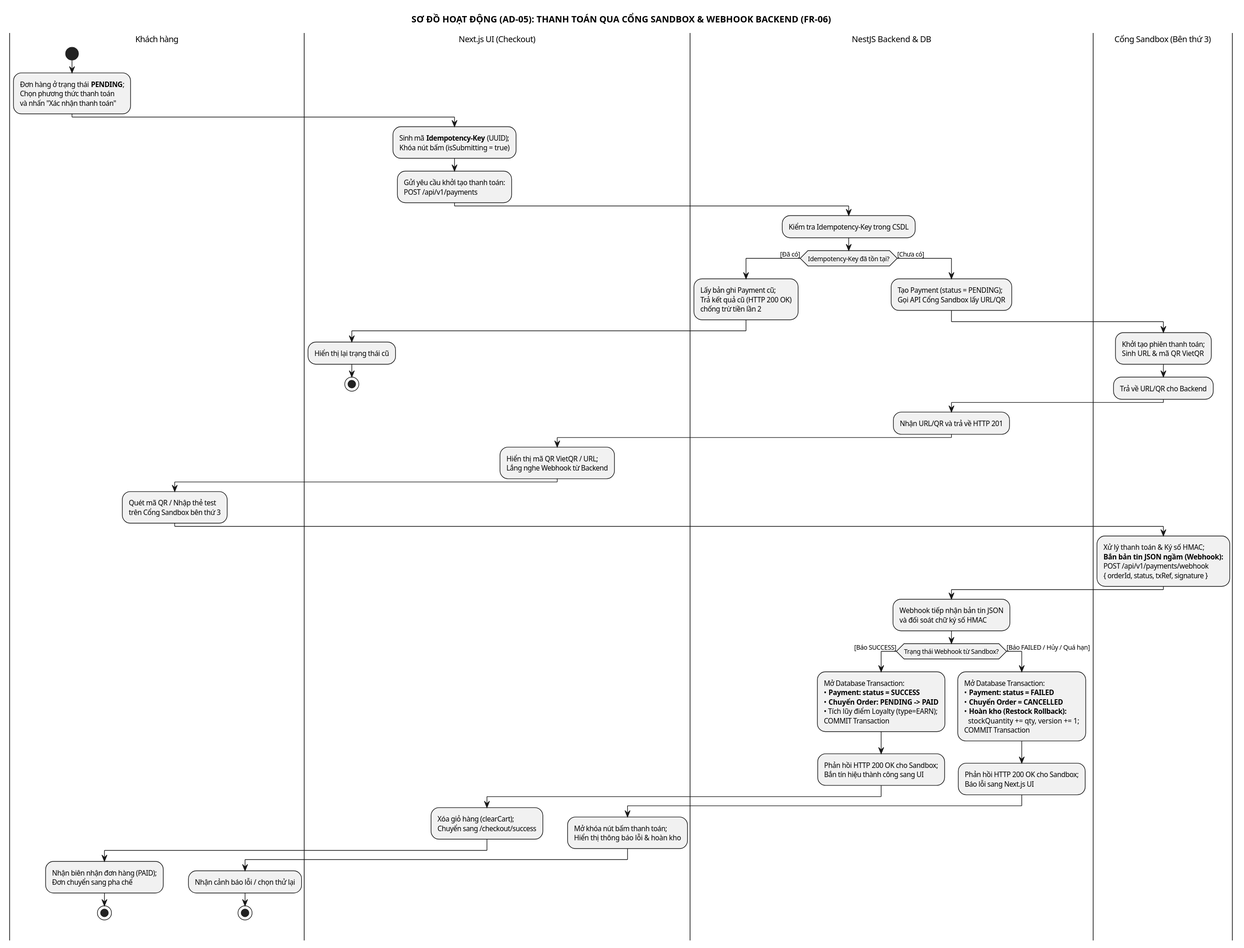
Above: docs/diagrams/activity-05-payment.svg in SamuiSang/brewlite2 (PlantUML), before the change.
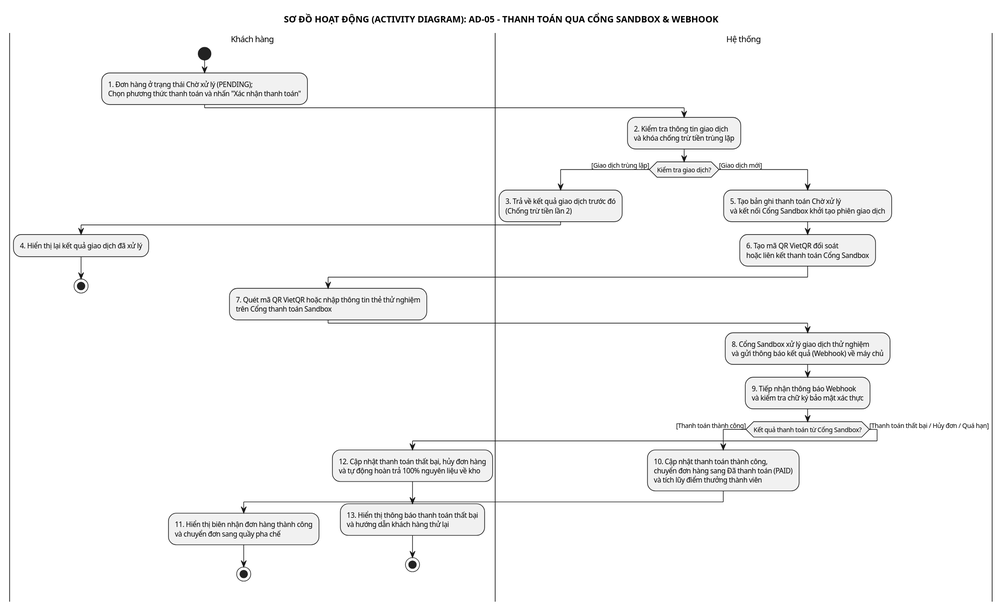
Later version of the same file.

The edit, as a diff of the source:
```diff
@@ -1,5 +1,4 @@
 @startuml
-!pragma useVerticalIf on
 skinparam monochrome true
 skinparam shadowing false
 skinparam backgroundColor white
@@ -14,74 +13,46 @@
 skinparam ActivityFontSize 11
 skinparam ActivityDiamondFontSize 10
 skinparam ArrowFontSize 10
-skinparam ActivityMaxWidth 170
+skinparam ActivityMaxWidth 200
 
-title SƠ ĐỒ HOẠT ĐỘNG (AD-05): THANH TOÁN QUA CỔNG SANDBOX & WEBHOOK BACKEND (FR-06)
+title SƠ ĐỒ HOẠT ĐỘNG (ACTIVITY DIAGRAM): AD-05 - THANH TOÁN QUA CỔNG SANDBOX & WEBHOOK
 
 |Khách hàng|
-|Next.js UI (Checkout)|
-|NestJS Backend & DB|
-|Cổng Sandbox (Bên thứ 3)|
+|Hệ thống|
 
 |Khách hàng|
 start
-:Đơn hàng ở trạng thái **PENDING**;\nChọn phương thức thanh toán\nvà nhấn "Xác nhận thanh toán";
+:1. Đơn hàng ở trạng thái Chờ xử lý (PENDING);\nChọn phương thức thanh toán và nhấn "Xác nhận thanh toán";
 
-|Next.js UI (Checkout)|
-:Sinh mã **Idempotency-Key** (UUID);\nKhóa nút bấm (isSubmitting = true);
-:Gửi yêu cầu khởi tạo thanh toán:\nPOST /api/v1/payments;
+|Hệ thống|
+:2. Kiểm tra thông tin giao dịch\nvà khóa chống trừ tiền trùng lặp;
 
-|NestJS Backend & DB|
-:Kiểm tra Idempotency-Key trong CSDL;
-
-if (Idempotency-Key đã tồn tại?) then ([Đã có])
-  :Lấy bản ghi Payment cũ;\nTrả kết quả cũ (HTTP 200 OK)\nchống trừ tiền lần 2;
-  |Next.js UI (Checkout)|
-  :Hiển thị lại trạng thái cũ;
+if (Kiểm tra giao dịch?) then ([Giao dịch trùng lặp])
+  :3. Trả về kết quả giao dịch trước đó\n(Chống trừ tiền lần 2);
+  |Khách hàng|
+  :4. Hiển thị lại kết quả giao dịch đã xử lý;
   stop
-else ([Chưa có])
-  |NestJS Backend & DB|
-  :Tạo Payment (status = PENDING);\nGọi API Cổng Sandbox lấy URL/QR;
-
-  |Cổng Sandbox (Bên thứ 3)|
-  :Khởi tạo phiên thanh toán;\nSinh URL & mã QR VietQR;
-  :Trả về URL/QR cho Backend;
-
-  |NestJS Backend & DB|
-  :Nhận URL/QR và trả về HTTP 201;
-
-  |Next.js UI (Checkout)|
-  :Hiển thị mã QR VietQR / URL;\nLắng nghe Webhook từ Backend;
+else ([Giao dịch mới])
+  |Hệ thống|
+  :5. Tạo bản ghi thanh toán Chờ xử lý\nvà kết nối Cổng Sandbox khởi tạo phiên giao dịch;
+  :6. Tạo mã QR VietQR đối soát\nhoặc liên kết thanh toán Cổng Sandbox;
 
   |Khách hàng|
-  :Quét mã QR / Nhập thẻ test\ntrên Cổng Sandbox bên thứ 3;
+  :7. Quét mã QR VietQR hoặc nhập thông tin thẻ thử nghiệm\ntrên Cổng thanh toán Sandbox;
 
-  |Cổng Sandbox (Bên thứ 3)|
-  :Xử lý thanh toán & Ký số HMAC;\n**Bắn bản tin JSON ngầm (Webhook):**\nPOST /api/v1/payments/webhook\n{ orderId, status, txRef, signature };
+  |Hệ thống|
+  :8. Cổng Sandbox xử lý giao dịch thử nghiệm\nvà gửi thông báo kết quả (Webhook) về máy chủ;
+  :9. Tiếp nhận thông báo Webhook\nvà kiểm tra chữ ký bảo mật xác thực;
 
-  |NestJS Backend & DB|
-  :Webhook tiếp nhận bản tin JSON\nvà đối soát chữ ký số HMAC;
-
-  if (Trạng thái Webhook từ Sandbox?) then ([Báo SUCCESS])
-    :Mở Database Transaction:\n• **Payment: status = SUCCESS**\n• **Chuyển Order: PENDING -> PAID**\n• Tích lũy điểm Loyalty (type=EARN);\nCOMMIT Transaction;
-    :Phản hồi HTTP 200 OK cho Sandbox;\nBắn tín hiệu thành công sang UI;
-
-    |Next.js UI (Checkout)|
-    :Xóa giỏ hàng (clearCart);\nChuyển sang /checkout/success;
-
+  if (Kết quả thanh toán từ Cổng Sandbox?) then ([Thanh toán thành công])
+    :10. Cập nhật thanh toán thành công,\nchuyển đơn hàng sang Đã thanh toán (PAID)\nvà tích lũy điểm thưởng thành viên;
     |Khách hàng|
-    :Nhận biên nhận đơn hàng (PAID);\nĐơn chuyển sang pha chế;
+    :11. Hiển thị biên nhận đơn hàng thành công\nvà chuyển đơn sang quầy pha chế;
     stop
-  else ([Báo FAILED / Hủy / Quá hạn])
-    |NestJS Backend & DB|
-    :Mở Database Transaction:\n• **Payment: status = FAILED**\n• **Chuyển Order = CANCELLED**\n• **Hoàn kho (Restock Rollback):**\n  stockQuantity += qty, version += 1;\nCOMMIT Transaction;
-    :Phản hồi HTTP 200 OK cho Sandbox;\nBáo lỗi sang Next.js UI;
-
-    |Next.js UI (Checkout)|
-    :Mở khóa nút bấm thanh toán;\nHiển thị thông báo lỗi & hoàn kho;
-
+  else ([Thanh toán thất bại / Hủy đơn / Quá hạn])
+    :12. Cập nhật thanh toán thất bại, hủy đơn hàng\nvà tự động hoàn trả 100% nguyên liệu về kho;
     |Khách hàng|
-    :Nhận cảnh báo lỗi / chọn thử lại;
+    :13. Hiển thị thông báo thanh toán thất bại\nvà hướng dẫn khách hàng thử lại;
     stop
   endif
 endif
```
